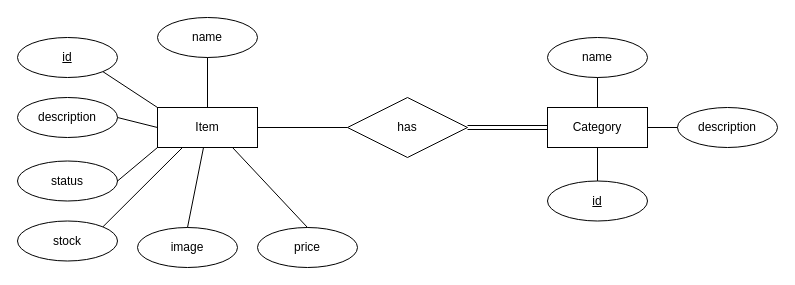
This is design/erd.drawio from creme332/invento, a draw.io file, before an edit. Source tidied: cells renumbered, new cells numbered last; positions are measured from the earlier drawing's top-left corner, leaving out a move shared by most shapes. Both pictures are drawn from the tidied source at 100%, with x=0, y=0 at pixel (17, 17).
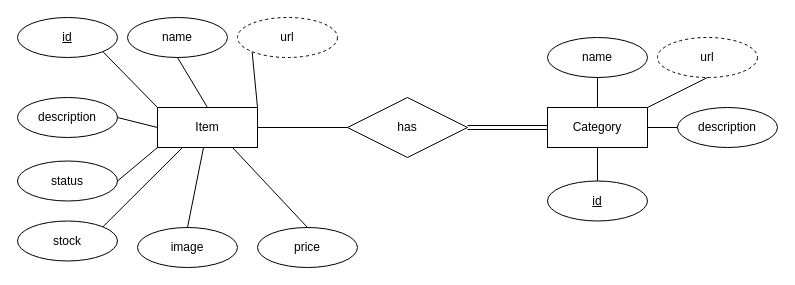
After the change.

The change refers to these unchanged cells:
```xml
<mxCell id="2" value="Item" style="whiteSpace=wrap;html=1;align=center;" parent="1" vertex="1">
  <mxGeometry x="140" y="90" width="100" height="40" as="geometry" />
</mxCell>
<mxCell id="3" value="Category" style="whiteSpace=wrap;html=1;align=center;" parent="1" vertex="1">
  <mxGeometry x="530" y="90" width="100" height="40" as="geometry" />
</mxCell>
```

Diff of the diagram source:
```diff
@@
     <mxCell id="4" value="name" style="ellipse;whiteSpace=wrap;html=1;align=center;" parent="1" vertex="1">
-      <mxGeometry x="140" width="100" height="40" as="geometry" />
+      <mxGeometry x="110" width="100" height="40" as="geometry" />
     </mxCell>
     <mxCell id="5" value="&lt;u&gt;id&lt;/u&gt;" style="ellipse;whiteSpace=wrap;html=1;align=center;" parent="1" vertex="1">
-      <mxGeometry y="20" width="100" height="40" as="geometry" />
+      <mxGeometry width="100" height="40" as="geometry" />
     </mxCell>
@@
+    <mxCell id="27" value="url" style="ellipse;whiteSpace=wrap;html=1;align=center;dashed=1;" parent="1" vertex="1">
+      <mxGeometry x="220" width="100" height="40" as="geometry" />
+    </mxCell>
+    <mxCell id="28" style="endArrow=none;html=1;rounded=0;exitX=1;exitY=0;exitDx=0;exitDy=0;entryX=0;entryY=1;entryDx=0;entryDy=0;" parent="1" edge="1" source="2" target="27">
+      <mxGeometry relative="1" as="geometry" />
+    </mxCell>
+    <mxCell id="29" value="url" style="ellipse;whiteSpace=wrap;html=1;align=center;dashed=1;" parent="1" vertex="1">
+      <mxGeometry x="640" y="20" width="100" height="40" as="geometry" />
+    </mxCell>
+    <mxCell id="30" style="endArrow=none;html=1;rounded=0;exitX=1;exitY=0;exitDx=0;exitDy=0;entryX=0.5;entryY=1;entryDx=0;entryDy=0;" parent="1" edge="1" source="3" target="29">
+      <mxGeometry relative="1" as="geometry" />
+    </mxCell>
```
